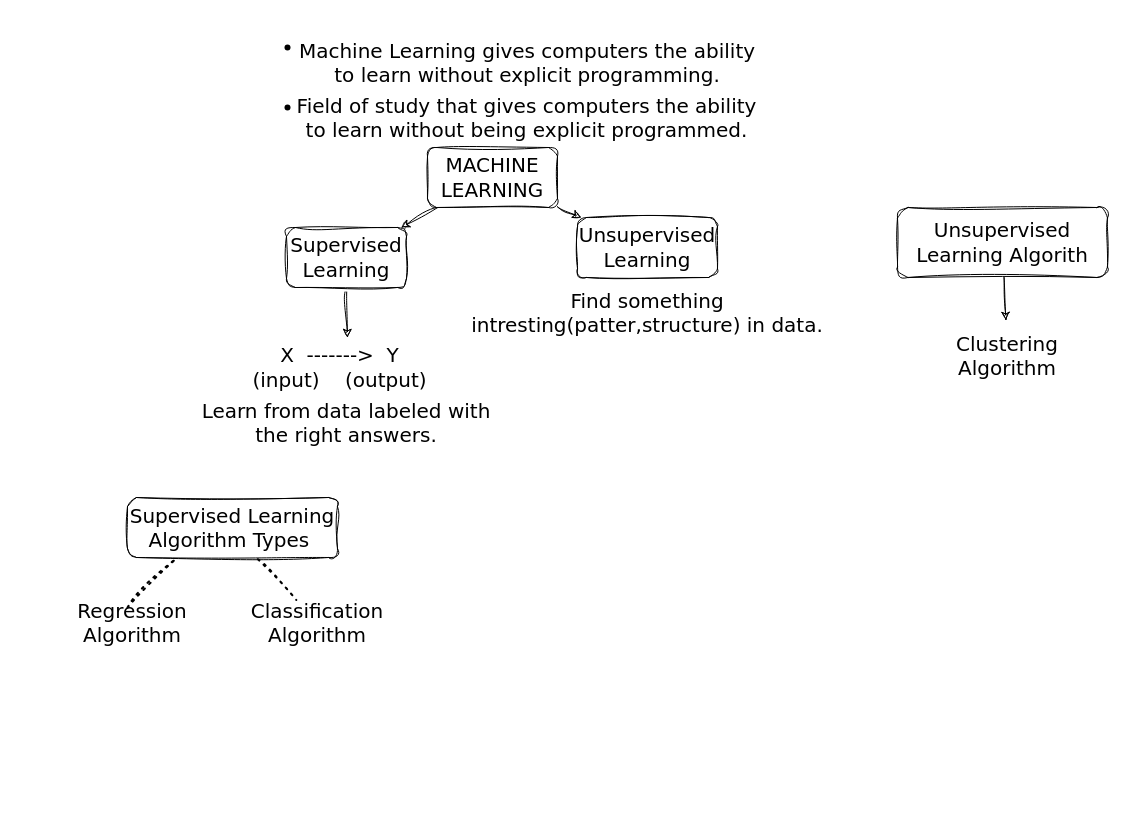
The draw.io diagram MLLearning/basis.drawio in harshalkharabe/Python, before the edit. Source tidied: cells renumbered, new cells numbered last; positions are measured from the earlier drawing's top-left corner, leaving out a move shared by most shapes. Both pictures are drawn from the tidied source at 100%, with x=0, y=0 at pixel (57, 17).
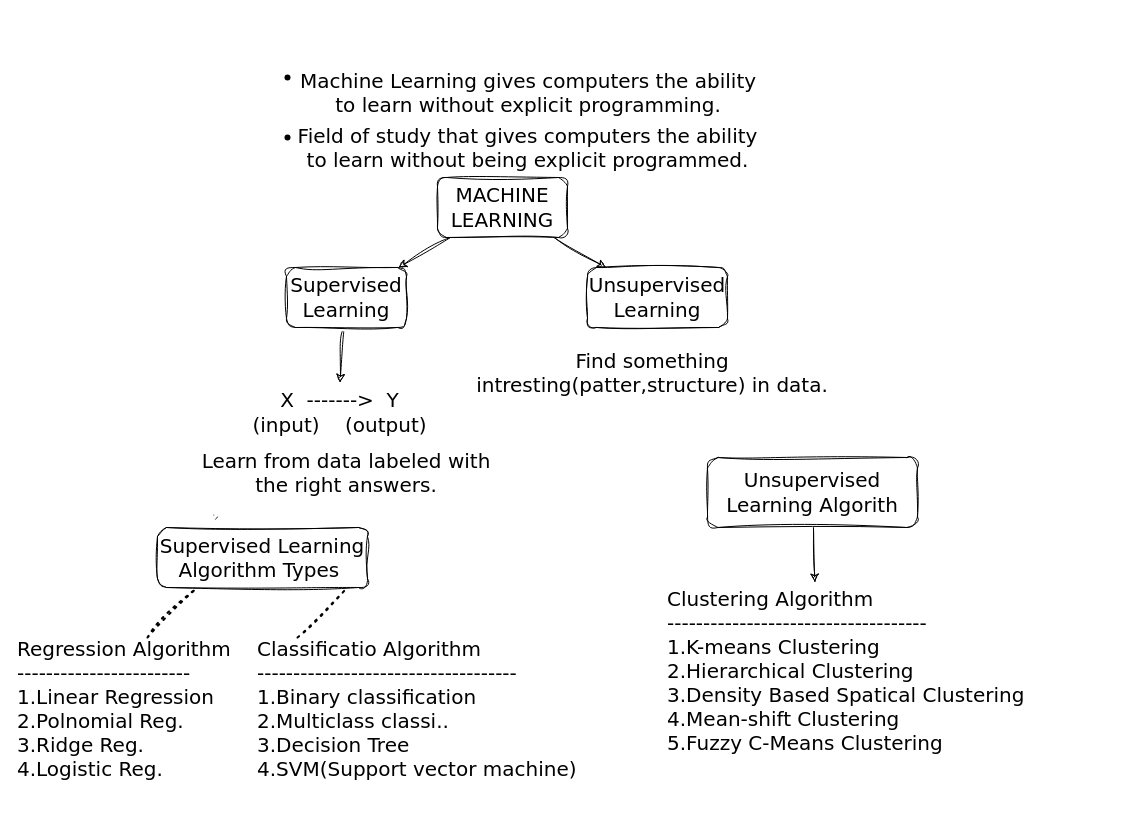
The same page after the edit.

What changed in the source:
```diff
@@
     <mxCell id="4" value="&lt;p&gt;&lt;font face=&quot;Verdana&quot;&gt;MACHINE LEARNING&lt;/font&gt;&lt;/p&gt;" style="rounded=1;whiteSpace=wrap;html=1;sketch=1;hachureGap=4;jiggle=2;curveFitting=1;fontFamily=Architects Daughter;fontSize=20;fontStyle=0;verticalAlign=middle;align=center;glass=0;shadow=0;fillStyle=auto;" parent="1" vertex="1">
-      <mxGeometry x="370" y="130" width="130" height="60" as="geometry" />
+      <mxGeometry x="380" y="160" width="130" height="60" as="geometry" />
     </mxCell>
-    <mxCell id="5" style="edgeStyle=none;sketch=1;hachureGap=4;jiggle=2;curveFitting=1;html=1;fontFamily=Architects Daughter;fontSize=16;entryX=0.528;entryY=0;entryDx=0;entryDy=0;entryPerimeter=0;" parent="1" edge="1" source="6" target="11">
+    <mxCell id="5" style="edgeStyle=none;sketch=1;hachureGap=4;jiggle=2;curveFitting=1;html=1;fontFamily=Architects Daughter;fontSize=16;entryX=0.5;entryY=0;entryDx=0;entryDy=0;" parent="1" edge="1" source="6" target="11">
       <mxGeometry relative="1" as="geometry" />
     </mxCell>
     <mxCell id="6" value="&lt;font face=&quot;Verdana&quot;&gt;Supervised&lt;br&gt;Learning&lt;/font&gt;" style="whiteSpace=wrap;html=1;fontSize=20;fontFamily=Architects Daughter;rounded=1;sketch=1;hachureGap=4;jiggle=2;curveFitting=1;fontStyle=0;glass=0;shadow=0;fillStyle=auto;" parent="1" vertex="1">
-      <mxGeometry x="229" y="210" width="120" height="60" as="geometry" />
+      <mxGeometry x="229" y="250" width="120" height="60" as="geometry" />
     </mxCell>
     <mxCell id="7" value="&lt;font face=&quot;Verdana&quot;&gt;Unsupervised&lt;br&gt;Learning&lt;/font&gt;" style="whiteSpace=wrap;html=1;fontSize=20;fontFamily=Architects Daughter;rounded=1;sketch=1;hachureGap=4;jiggle=2;curveFitting=1;fontStyle=0;glass=0;shadow=0;fillStyle=auto;" parent="1" vertex="1">
-      <mxGeometry x="520" y="200" width="140" height="60" as="geometry" />
+      <mxGeometry x="530" y="250" width="140" height="60" as="geometry" />
     </mxCell>
     <mxCell id="8" value="Machine Learning gives computers the ability to learn without explicit programming." style="text;html=1;strokeColor=none;fillColor=none;align=center;verticalAlign=middle;whiteSpace=wrap;rounded=0;shadow=0;glass=0;sketch=1;hachureGap=4;jiggle=2;fillStyle=auto;curveFitting=1;fontFamily=Verdana;fontSize=20;" parent="1" vertex="1">
-      <mxGeometry x="230" width="480" height="90" as="geometry" />
+      <mxGeometry x="231" y="30" width="480" height="90" as="geometry" />
     </mxCell>
     <mxCell id="9" value="Field of study that gives computers the ability to learn without being explicit programmed." style="text;html=1;strokeColor=none;fillColor=none;align=center;verticalAlign=middle;whiteSpace=wrap;rounded=0;shadow=0;glass=0;sketch=1;hachureGap=4;jiggle=2;fillStyle=auto;curveFitting=1;fontFamily=Verdana;fontSize=20;" parent="1" vertex="1">
-      <mxGeometry x="229" y="70" width="481" height="60" as="geometry" />
+      <mxGeometry x="230" y="100" width="481" height="60" as="geometry" />
     </mxCell>
@@
     <mxCell id="11" value="&lt;font face=&quot;Verdana&quot;&gt;X&amp;nbsp; -------&amp;gt;&amp;nbsp; Y&lt;br&gt;(input)&amp;nbsp; &amp;nbsp; (output)&lt;/font&gt;" style="text;html=1;strokeColor=none;fillColor=none;align=center;verticalAlign=middle;whiteSpace=wrap;rounded=0;sketch=1;hachureGap=4;jiggle=2;curveFitting=1;fontFamily=Architects Daughter;fontSize=20;" parent="1" vertex="1">
-      <mxGeometry x="150" y="320" width="265" height="60" as="geometry" />
+      <mxGeometry x="150" y="365" width="265" height="60" as="geometry" />
     </mxCell>
     <mxCell id="12" value="Supervised Learning Algorithm Types&amp;nbsp;" style="rounded=1;whiteSpace=wrap;html=1;sketch=1;hachureGap=4;jiggle=2;curveFitting=1;fontFamily=Verdana;fontSize=20;labelBackgroundColor=none;" parent="1" vertex="1">
-      <mxGeometry x="70" y="480" width="210" height="60" as="geometry" />
+      <mxGeometry x="100" y="510" width="210" height="60" as="geometry" />
     </mxCell>
-    <mxCell id="13" value="Regression Algorithm" style="text;html=1;strokeColor=none;fillColor=none;align=center;verticalAlign=middle;whiteSpace=wrap;rounded=0;labelBackgroundColor=none;sketch=1;hachureGap=4;jiggle=2;curveFitting=1;fontFamily=Verdana;fontSize=20;" parent="1" vertex="1">
-      <mxGeometry y="590" width="150" height="30" as="geometry" />
-    </mxCell>
-    <mxCell id="14" style="endArrow=none;dashed=1;html=1;dashPattern=1 3;strokeWidth=2;sketch=1;hachureGap=4;jiggle=2;curveFitting=1;fontFamily=Verdana;fontSize=16;exitX=0.621;exitY=1.029;exitDx=0;exitDy=0;exitPerimeter=0;" parent="1" edge="1" source="12" target="15">
-      <mxGeometry relative="1" as="geometry" />
-    </mxCell>
-    <mxCell id="15" value="Classification Algorithm" style="text;html=1;strokeColor=none;fillColor=none;align=center;verticalAlign=middle;whiteSpace=wrap;rounded=0;labelBackgroundColor=none;sketch=1;hachureGap=4;jiggle=2;curveFitting=1;fontFamily=Verdana;fontSize=20;" parent="1" vertex="1">
-      <mxGeometry x="160" y="582.5" width="200" height="45" as="geometry" />
-    </mxCell>
     <mxCell id="16" value="Learn from data labeled with the right answers." style="text;html=1;strokeColor=none;fillColor=none;align=center;verticalAlign=middle;whiteSpace=wrap;rounded=0;labelBackgroundColor=none;sketch=1;hachureGap=4;jiggle=2;curveFitting=1;fontFamily=Verdana;fontSize=20;" parent="1" vertex="1">
-      <mxGeometry x="129" y="350" width="320" height="110" as="geometry" />
+      <mxGeometry x="129" y="400" width="320" height="110" as="geometry" />
     </mxCell>
     <mxCell id="17" value="Find something intresting(patter,structure) in data." style="text;html=1;strokeColor=none;fillColor=none;align=center;verticalAlign=middle;whiteSpace=wrap;rounded=0;labelBackgroundColor=none;sketch=1;hachureGap=4;jiggle=2;curveFitting=1;fontFamily=Verdana;fontSize=20;" parent="1" vertex="1">
-      <mxGeometry x="410" y="270" width="360" height="50" as="geometry" />
+      <mxGeometry x="415" y="330" width="360" height="50" as="geometry" />
     </mxCell>
-    <mxCell id="18" style="edgeStyle=none;sketch=1;hachureGap=4;jiggle=2;curveFitting=1;html=1;fontFamily=Verdana;fontSize=16;" parent="1" edge="1" source="19" target="20">
+    <mxCell id="18" style="edgeStyle=none;sketch=1;hachureGap=4;jiggle=2;curveFitting=1;html=1;fontFamily=Verdana;fontSize=16;entryX=0.378;entryY=-0.029;entryDx=0;entryDy=0;entryPerimeter=0;" parent="1" edge="1" source="19" target="26">
       <mxGeometry relative="1" as="geometry" />
     </mxCell>
     <mxCell id="19" value="&lt;font face=&quot;Verdana&quot;&gt;Unsupervised&lt;br&gt;Learning Algorith&lt;/font&gt;" style="whiteSpace=wrap;html=1;fontSize=20;fontFamily=Architects Daughter;rounded=1;sketch=1;hachureGap=4;jiggle=2;curveFitting=1;fontStyle=0;glass=0;shadow=0;fillStyle=auto;" parent="1" vertex="1">
-      <mxGeometry x="840" y="190" width="210" height="70" as="geometry" />
+      <mxGeometry x="650" y="440" width="210" height="70" as="geometry" />
     </mxCell>
-    <mxCell id="20" value="Clustering Algorithm" style="text;html=1;strokeColor=none;fillColor=none;align=center;verticalAlign=middle;whiteSpace=wrap;rounded=0;labelBackgroundColor=none;sketch=1;hachureGap=4;jiggle=2;curveFitting=1;fontFamily=Verdana;fontSize=20;" parent="1" vertex="1">
-      <mxGeometry x="860" y="303" width="180" height="70" as="geometry" />
-    </mxCell>
     <mxCell id="21" style="shape=waypoint;sketch=0;fillStyle=solid;size=6;fillColor=none;perimeter=centerPerimeter;labelBackgroundColor=none;hachureGap=4;jiggle=2;curveFitting=1;fontFamily=Verdana;fontSize=20;" parent="1" vertex="1">
-      <mxGeometry x="220" y="20" width="20" height="20" as="geometry" />
+      <mxGeometry x="220" y="50" width="20" height="20" as="geometry" />
     </mxCell>
     <mxCell id="22" style="shape=waypoint;sketch=0;fillStyle=solid;size=6;fillColor=none;perimeter=centerPerimeter;labelBackgroundColor=none;hachureGap=4;jiggle=2;curveFitting=1;fontFamily=Verdana;fontSize=20;" parent="1" vertex="1">
-      <mxGeometry x="220" y="80" width="20" height="20" as="geometry" />
+      <mxGeometry x="220" y="110" width="20" height="20" as="geometry" />
     </mxCell>
     <mxCell id="23" style="endArrow=none;dashed=1;html=1;dashPattern=1 3;strokeWidth=2;sketch=1;hachureGap=4;jiggle=2;curveFitting=1;fontFamily=Architects Daughter;fontSize=16;" parent="1" edge="1">
       <mxGeometry relative="1" as="geometry">
-        <mxPoint x="70" y="590" as="sourcePoint" />
-        <mxPoint x="120" y="540" as="targetPoint" />
+        <mxPoint x="90" y="620" as="sourcePoint" />
+        <mxPoint x="140" y="570" as="targetPoint" />
       </mxGeometry>
     </mxCell>
+    <mxCell id="24" value="Regression Algorithm&lt;br&gt;------------------------&lt;br&gt;1.Linear Regression&lt;br&gt;&lt;div style=&quot;&quot;&gt;&lt;span style=&quot;background-color: initial;&quot;&gt;2.Polnomial Reg.&amp;nbsp; &amp;nbsp;&amp;nbsp;&lt;/span&gt;&lt;/div&gt;&lt;div style=&quot;&quot;&gt;&lt;span style=&quot;background-color: initial;&quot;&gt;3.Ridge Reg.&amp;nbsp; &amp;nbsp; &amp;nbsp; &amp;nbsp; &amp;nbsp;&amp;nbsp;&lt;/span&gt;&lt;/div&gt;4.Logistic Reg." style="text;html=1;whiteSpace=wrap;strokeColor=none;fillColor=none;overflow=fill;sketch=1;hachureGap=4;jiggle=2;curveFitting=1;fontFamily=Verdana;fontSize=20;align=left;" parent="1" vertex="1">
+      <mxGeometry x="-40" y="620" width="220" height="170" as="geometry" />
+    </mxCell>
+    <mxCell id="25" value="&lt;div style=&quot;&quot;&gt;&lt;span style=&quot;background-color: initial;&quot;&gt;Classificatio Algorithm&lt;/span&gt;&lt;/div&gt;&lt;div style=&quot;&quot;&gt;&lt;span style=&quot;background-color: initial;&quot;&gt;------------------------------------&lt;/span&gt;&lt;/div&gt;&lt;div style=&quot;&quot;&gt;&lt;span style=&quot;background-color: initial;&quot;&gt;1.Binary classification&lt;/span&gt;&lt;/div&gt;&lt;div style=&quot;&quot;&gt;&lt;span style=&quot;background-color: initial;&quot;&gt;2.Multiclass classi..&lt;/span&gt;&lt;/div&gt;&lt;div style=&quot;&quot;&gt;&lt;span style=&quot;background-color: initial;&quot;&gt;3.Decision Tree&lt;/span&gt;&lt;/div&gt;&lt;div style=&quot;&quot;&gt;&lt;span style=&quot;background-color: initial;&quot;&gt;4.SVM(Support vector machine)&lt;/span&gt;&lt;/div&gt;" style="text;html=1;whiteSpace=wrap;strokeColor=none;fillColor=none;overflow=fill;sketch=1;hachureGap=4;jiggle=2;curveFitting=1;fontFamily=Verdana;fontSize=20;align=left;" parent="1" vertex="1">
+      <mxGeometry x="200" y="620" width="330" height="160" as="geometry" />
+    </mxCell>
+    <mxCell id="26" value="&lt;div style=&quot;&quot;&gt;&lt;/div&gt;&lt;span style=&quot;text-align: center;&quot;&gt;Clustering Algorithm&lt;br&gt;------------------------------------&lt;br&gt;1.K-means&amp;nbsp;&lt;/span&gt;&lt;span style=&quot;text-align: center;&quot;&gt;Clustering&lt;br&gt;&lt;/span&gt;&lt;span style=&quot;text-align: center;&quot;&gt;2.Hierarchical&amp;nbsp;&lt;/span&gt;&lt;span style=&quot;text-align: center;&quot;&gt;Clustering&amp;nbsp;&lt;br&gt;&lt;/span&gt;&lt;span style=&quot;text-align: center;&quot;&gt;3.Density Based Spatical&amp;nbsp;&lt;/span&gt;&lt;span style=&quot;text-align: center;&quot;&gt;Clustering&lt;br&gt;&lt;/span&gt;&lt;span style=&quot;text-align: center;&quot;&gt;4.Mean-shift&amp;nbsp;&lt;/span&gt;&lt;span style=&quot;text-align: center;&quot;&gt;Clustering&amp;nbsp;&lt;br&gt;&lt;/span&gt;&lt;span style=&quot;text-align: center;&quot;&gt;5.Fuzzy C-Means&amp;nbsp;&lt;/span&gt;&lt;span style=&quot;text-align: center;&quot;&gt;Clustering&amp;nbsp;&lt;/span&gt;&lt;span style=&quot;text-align: center;&quot;&gt;&lt;br&gt;&lt;/span&gt;" style="text;html=1;whiteSpace=wrap;strokeColor=none;fillColor=none;overflow=fill;sketch=1;hachureGap=4;jiggle=2;curveFitting=1;fontFamily=Verdana;fontSize=20;align=left;" parent="1" vertex="1">
+      <mxGeometry x="610" y="570" width="390" height="180" as="geometry" />
+    </mxCell>
+    <mxCell id="27" style="endArrow=none;dashed=1;html=1;dashPattern=1 3;strokeWidth=2;sketch=1;hachureGap=4;jiggle=2;curveFitting=1;fontFamily=Architects Daughter;fontSize=16;" parent="1" edge="1">
+      <mxGeometry relative="1" as="geometry">
+        <mxPoint x="240" y="620" as="sourcePoint" />
+        <mxPoint x="290" y="570" as="targetPoint" />
+      </mxGeometry>
+    </mxCell>
```
